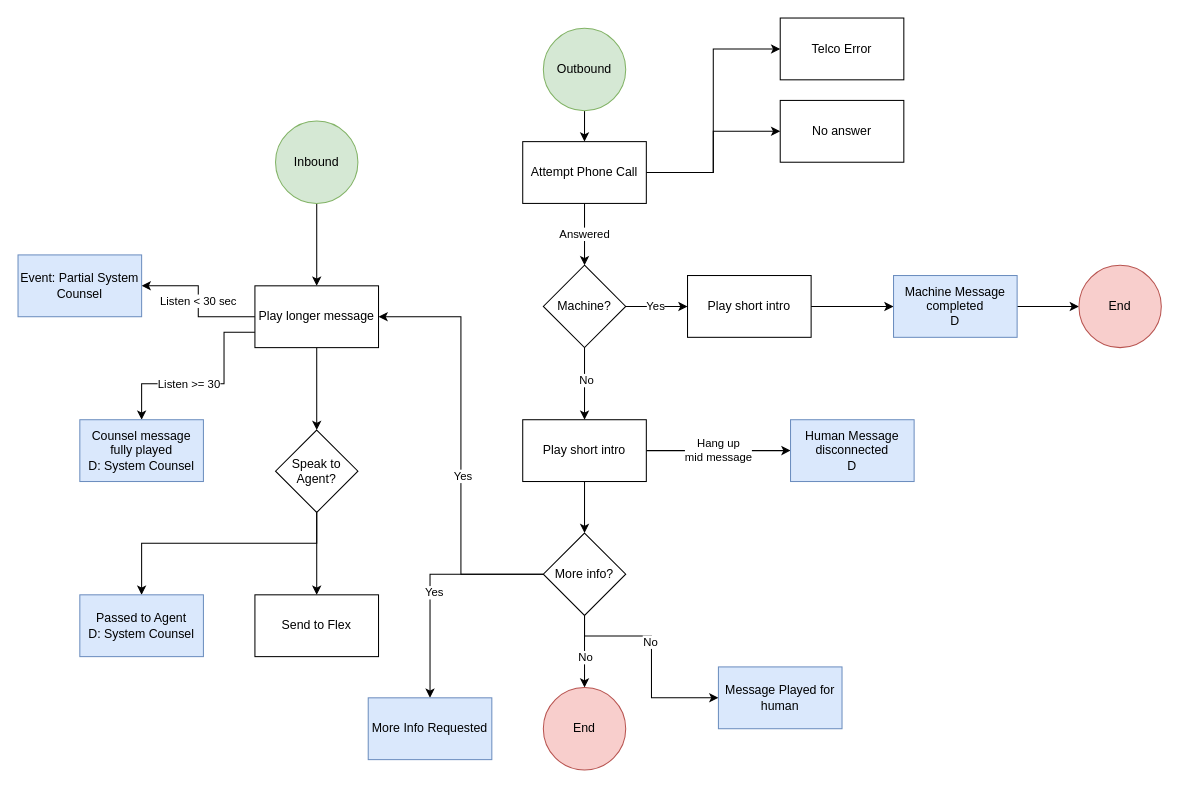
mfoulk/diagrams keeps this draw.io diagram as Untitled Diagram.drawio. Above is the earlier version. Source tidied: cells renumbered, new cells numbered last; positions are measured from the earlier drawing's top-left corner, leaving out a move shared by most shapes. Both pictures are drawn from the tidied source at 103%, with x=0, y=0 at pixel (18, 18).
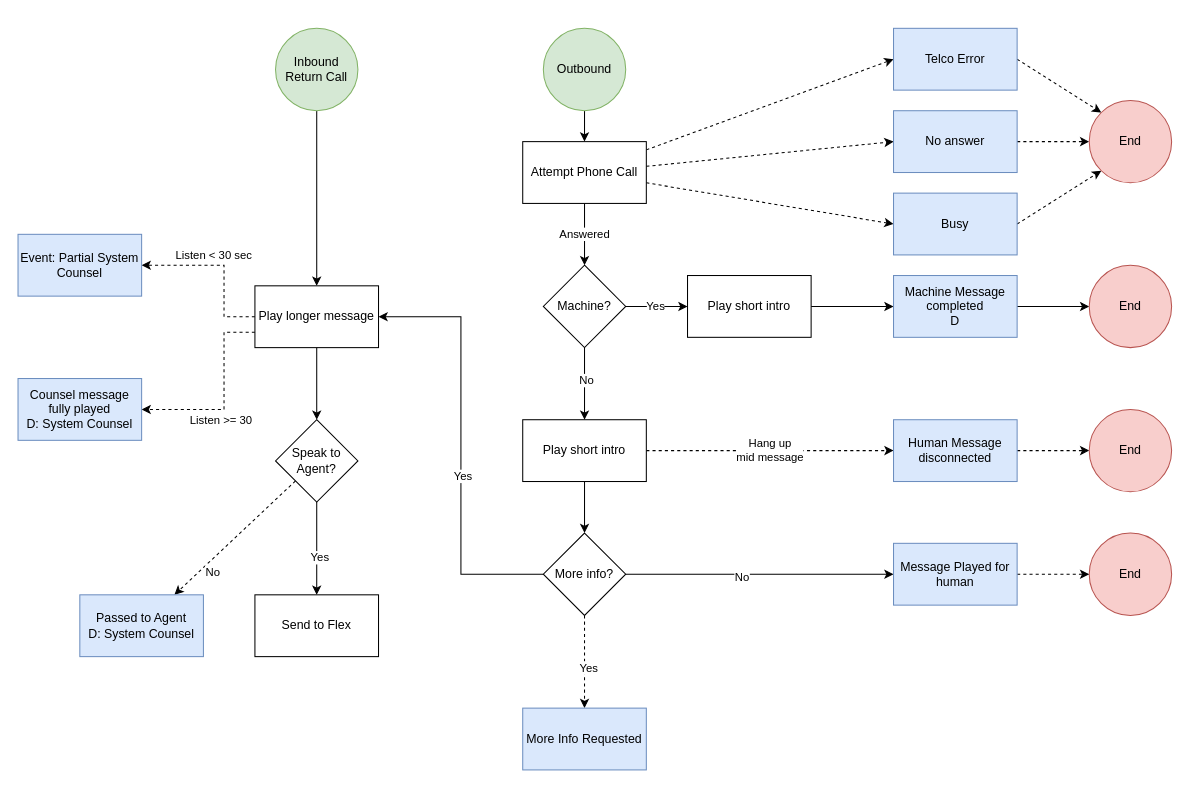
The same diagram, later.

Unchanged cells that the change refers to:
```xml
<mxCell id="10" value="Play short intro" style="rounded=0;whiteSpace=wrap;html=1;" parent="1" vertex="1">
  <mxGeometry x="490" y="390" width="120" height="60" as="geometry" />
</mxCell>
<mxCell id="20" value="Play longer message" style="rounded=0;whiteSpace=wrap;html=1;" parent="1" vertex="1">
  <mxGeometry x="230" y="260" width="120" height="60" as="geometry" />
</mxCell>
<mxCell id="29" value="More info?" style="rhombus;whiteSpace=wrap;html=1;" parent="1" vertex="1">
  <mxGeometry x="510" y="500" width="80" height="80" as="geometry" />
</mxCell>
<mxCell id="30" style="edgeStyle=orthogonalEdgeStyle;rounded=0;jettySize=auto;html=1;entryX=0.5;entryY=0;entryDx=0;entryDy=0;" parent="1" edge="1" source="32" target="33">
  <mxGeometry relative="1" as="geometry" />
</mxCell>
<mxCell id="43" value="Passed to Agent&lt;br&gt;D:&amp;nbsp;System Counsel" style="whiteSpace=wrap;html=1;rounded=0;fillColor=#dae8fc;strokeColor=#6c8ebf;" parent="1" vertex="1">
  <mxGeometry x="60" y="560" width="120" height="60" as="geometry" />
</mxCell>
<mxCell id="47" value="Attempt Phone Call" style="rounded=0;whiteSpace=wrap;html=1;" parent="1" vertex="1">
  <mxGeometry x="490" y="120" width="120" height="60" as="geometry" />
</mxCell>
```

The edit, as a diff of the source:
```diff
@@
-    <mxCell id="5" value="Inbound" style="ellipse;whiteSpace=wrap;html=1;fillColor=#d5e8d4;strokeColor=#82b366;" parent="1" vertex="1">
-      <mxGeometry x="250" y="100" width="80" height="80" as="geometry" />
+    <mxCell id="5" value="Inbound&lt;br&gt;Return Call" style="ellipse;whiteSpace=wrap;html=1;fillColor=#d5e8d4;strokeColor=#82b366;" parent="1" vertex="1">
+      <mxGeometry x="250" y="10" width="80" height="80" as="geometry" />
     </mxCell>
@@
-    <mxCell id="7" value="Hang up &lt;br&gt;mid message" style="edgeStyle=orthogonalEdgeStyle;rounded=0;jettySize=auto;html=1;" parent="1" edge="1" source="10" target="38">
+    <mxCell id="7" value="Hang up &lt;br&gt;mid message" style="edgeStyle=orthogonalEdgeStyle;rounded=0;jettySize=auto;html=1;dashed=1;" parent="1" edge="1" source="10" target="38">
       <mxGeometry relative="1" as="geometry" />
     </mxCell>
-    <mxCell id="8" style="edgeStyle=orthogonalEdgeStyle;rounded=0;jettySize=auto;html=1;entryX=0;entryY=0.5;entryDx=0;entryDy=0;" parent="1" edge="1" target="39">
+    <mxCell id="8" style="edgeStyle=orthogonalEdgeStyle;rounded=0;jettySize=auto;html=1;entryX=0;entryY=0.5;entryDx=0;entryDy=0;exitX=1;exitY=0.5;exitDx=0;exitDy=0;" parent="1" edge="1" source="29" target="39">
       <mxGeometry relative="1" as="geometry">
-        <mxPoint x="550" y="580" as="sourcePoint" />
         <Array as="points">
-          <mxPoint x="550" y="600" />
-          <mxPoint x="615" y="600" />
-          <mxPoint x="615" y="660" />
+          <mxPoint x="600" y="540" />
+          <mxPoint x="600" y="540" />
         </Array>
       </mxGeometry>
     </mxCell>
@@
-    <mxCell id="17" style="edgeStyle=orthogonalEdgeStyle;rounded=0;jettySize=auto;html=1;exitX=0;exitY=0.75;exitDx=0;exitDy=0;entryX=0.5;entryY=0;entryDx=0;entryDy=0;" parent="1" edge="1" source="20" target="41">
+    <mxCell id="17" style="edgeStyle=orthogonalEdgeStyle;rounded=0;jettySize=auto;html=1;exitX=0;exitY=0.75;exitDx=0;exitDy=0;entryX=1;entryY=0.5;entryDx=0;entryDy=0;dashed=1;" parent="1" edge="1" source="20" target="41">
       <mxGeometry relative="1" as="geometry">
         <Array as="points">
           <mxPoint x="200" y="305" />
-          <mxPoint x="200" y="355" />
-          <mxPoint x="120" y="355" />
+          <mxPoint x="200" y="380" />
         </Array>
       </mxGeometry>
     </mxCell>
     <mxCell id="18" value="Listen &amp;gt;= 30" style="edgeLabel;html=1;align=center;verticalAlign=middle;" parent="17" vertex="1">
-      <mxGeometry x="0.18" relative="1" as="geometry" />
+      <mxGeometry x="0.18" relative="1" as="geometry">
+        <mxPoint y="10" as="offset" />
+      </mxGeometry>
     </mxCell>
-    <mxCell id="19" value="Listen &amp;lt; 30 sec" style="edgeStyle=orthogonalEdgeStyle;rounded=0;jettySize=auto;html=1;" parent="1" edge="1" source="20" target="42">
-      <mxGeometry relative="1" as="geometry" />
+    <mxCell id="19" value="Listen &amp;lt; 30 sec" style="edgeStyle=orthogonalEdgeStyle;rounded=0;jettySize=auto;html=1;dashed=1;" parent="1" edge="1" source="20" target="42">
+      <mxGeometry x="0.12" y="-10" relative="1" as="geometry">
+        <Array as="points">
+          <mxPoint x="200" y="290" />
+          <mxPoint x="200" y="240" />
+        </Array>
+      </mxGeometry>
     </mxCell>
@@
-    <mxCell id="25" style="edgeStyle=orthogonalEdgeStyle;rounded=0;jettySize=auto;html=1;" parent="1" edge="1" source="29" target="34">
-      <mxGeometry relative="1" as="geometry" />
-    </mxCell>
-    <mxCell id="26" value="No" style="edgeLabel;html=1;align=center;verticalAlign=middle;" parent="25" vertex="1">
-      <mxGeometry x="0.14" relative="1" as="geometry" />
-    </mxCell>
-    <mxCell id="27" style="edgeStyle=orthogonalEdgeStyle;rounded=0;jettySize=auto;html=1;entryX=0.5;entryY=0;entryDx=0;entryDy=0;" parent="1" edge="1" source="29" target="40">
+    <mxCell id="27" style="rounded=0;jettySize=auto;html=1;entryX=0.5;entryY=0;entryDx=0;entryDy=0;dashed=1;exitX=0.5;exitY=1;exitDx=0;exitDy=0;" parent="1" edge="1" source="29" target="40">
       <mxGeometry relative="1" as="geometry" />
     </mxCell>
@@
+    <mxCell id="50" value="Yes" style="edgeLabel;html=1;align=center;verticalAlign=middle;" parent="30" vertex="1">
+      <mxGeometry x="0.17" y="2" relative="1" as="geometry" />
+    </mxCell>
-    <mxCell id="31" style="edgeStyle=orthogonalEdgeStyle;rounded=0;jettySize=auto;html=1;" parent="1" edge="1" source="32" target="43">
-      <mxGeometry relative="1" as="geometry">
-        <Array as="points">
-          <mxPoint x="290" y="510" />
-          <mxPoint x="120" y="510" />
-        </Array>
-      </mxGeometry>
+    <mxCell id="31" style="rounded=0;jettySize=auto;html=1;dashed=1;" parent="1" edge="1" source="32" target="43">
+      <mxGeometry relative="1" as="geometry" />
     </mxCell>
+    <mxCell id="26" value="No" style="edgeLabel;html=1;align=center;verticalAlign=middle;" parent="31" vertex="1">
+      <mxGeometry x="0.22" y="-2" relative="1" as="geometry">
+        <mxPoint x="-8" y="22" as="offset" />
+      </mxGeometry>
+    </mxCell>
     <mxCell id="32" value="Speak to Agent?" style="rhombus;whiteSpace=wrap;html=1;" parent="1" vertex="1">
-      <mxGeometry x="250" y="400" width="80" height="80" as="geometry" />
+      <mxGeometry x="250" y="390" width="80" height="80" as="geometry" />
     </mxCell>
@@
     <mxCell id="34" value="End" style="ellipse;whiteSpace=wrap;html=1;fillColor=#f8cecc;strokeColor=#b85450;" parent="1" vertex="1">
-      <mxGeometry x="510" y="650" width="80" height="80" as="geometry" />
+      <mxGeometry x="1040" y="500" width="80" height="80" as="geometry" />
     </mxCell>
@@
     <mxCell id="37" value="End" style="ellipse;whiteSpace=wrap;html=1;fillColor=#f8cecc;strokeColor=#b85450;" parent="1" vertex="1">
-      <mxGeometry x="1030" y="240" width="80" height="80" as="geometry" />
+      <mxGeometry x="1040" y="240" width="80" height="80" as="geometry" />
     </mxCell>
+    <mxCell id="51" style="edgeStyle=none;rounded=0;jettySize=auto;html=1;dashed=1;" parent="1" edge="1" source="38" target="59">
+      <mxGeometry relative="1" as="geometry" />
+    </mxCell>
-    <mxCell id="38" value="Human Message disconnected&lt;br&gt;D" style="whiteSpace=wrap;html=1;rounded=0;fillColor=#dae8fc;strokeColor=#6c8ebf;" parent="1" vertex="1">
-      <mxGeometry x="750" y="390" width="120" height="60" as="geometry" />
+    <mxCell id="38" value="Human Message disconnected" style="whiteSpace=wrap;html=1;rounded=0;fillColor=#dae8fc;strokeColor=#6c8ebf;" parent="1" vertex="1">
+      <mxGeometry x="850" y="390" width="120" height="60" as="geometry" />
     </mxCell>
+    <mxCell id="52" style="edgeStyle=none;rounded=0;jettySize=auto;html=1;entryX=0;entryY=0.5;entryDx=0;entryDy=0;dashed=1;" parent="1" edge="1" source="39" target="34">
+      <mxGeometry relative="1" as="geometry" />
+    </mxCell>
     <mxCell id="39" value="Message Played for human" style="whiteSpace=wrap;html=1;rounded=0;fillColor=#dae8fc;strokeColor=#6c8ebf;" parent="1" vertex="1">
-      <mxGeometry x="680" y="630" width="120" height="60" as="geometry" />
+      <mxGeometry x="850" y="510" width="120" height="60" as="geometry" />
     </mxCell>
     <mxCell id="40" value="More Info Requested" style="whiteSpace=wrap;html=1;rounded=0;fillColor=#dae8fc;strokeColor=#6c8ebf;" parent="1" vertex="1">
-      <mxGeometry x="340" y="660" width="120" height="60" as="geometry" />
+      <mxGeometry x="490" y="670" width="120" height="60" as="geometry" />
     </mxCell>
     <mxCell id="41" value="Counsel message fully played&lt;br&gt;D:&amp;nbsp;System Counsel" style="whiteSpace=wrap;html=1;rounded=0;fillColor=#dae8fc;strokeColor=#6c8ebf;" parent="1" vertex="1">
-      <mxGeometry x="60" y="390" width="120" height="60" as="geometry" />
+      <mxGeometry y="350" width="120" height="60" as="geometry" />
     </mxCell>
     <mxCell id="42" value="Event: Partial System Counsel" style="whiteSpace=wrap;html=1;rounded=0;fillColor=#dae8fc;strokeColor=#6c8ebf;" parent="1" vertex="1">
-      <mxGeometry y="230" width="120" height="60" as="geometry" />
+      <mxGeometry y="210" width="120" height="60" as="geometry" />
     </mxCell>
@@
-    <mxCell id="45" style="edgeStyle=orthogonalEdgeStyle;rounded=0;jettySize=auto;html=1;" parent="1" edge="1" source="47" target="48">
+    <mxCell id="45" style="rounded=0;jettySize=auto;html=1;entryX=0;entryY=0.5;entryDx=0;entryDy=0;dashed=1;" parent="1" edge="1" source="47" target="48">
       <mxGeometry relative="1" as="geometry" />
     </mxCell>
-    <mxCell id="46" style="edgeStyle=orthogonalEdgeStyle;rounded=0;jettySize=auto;html=1;entryX=0;entryY=0.5;entryDx=0;entryDy=0;" parent="1" edge="1" source="47" target="49">
+    <mxCell id="46" style="rounded=0;jettySize=auto;html=1;entryX=0;entryY=0.5;entryDx=0;entryDy=0;dashed=1;" parent="1" edge="1" source="47" target="49">
       <mxGeometry relative="1" as="geometry" />
     </mxCell>
+    <mxCell id="53" style="edgeStyle=none;rounded=0;jettySize=auto;html=1;entryX=0;entryY=0.5;entryDx=0;entryDy=0;dashed=1;" parent="1" edge="1" source="47" target="57">
+      <mxGeometry relative="1" as="geometry" />
+    </mxCell>
@@
+    <mxCell id="54" style="edgeStyle=none;rounded=0;jettySize=auto;html=1;entryX=0;entryY=0.5;entryDx=0;entryDy=0;dashed=1;" parent="1" edge="1" source="48" target="58">
+      <mxGeometry relative="1" as="geometry" />
+    </mxCell>
-    <mxCell id="48" value="No answer" style="whiteSpace=wrap;html=1;rounded=0;" parent="1" vertex="1">
-      <mxGeometry x="740" y="80" width="120" height="60" as="geometry" />
+    <mxCell id="48" value="No answer" style="whiteSpace=wrap;html=1;rounded=0;fillColor=#dae8fc;strokeColor=#6c8ebf;" parent="1" vertex="1">
+      <mxGeometry x="850" y="90" width="120" height="60" as="geometry" />
     </mxCell>
+    <mxCell id="55" style="edgeStyle=none;rounded=0;jettySize=auto;html=1;dashed=1;entryX=0;entryY=0;entryDx=0;entryDy=0;exitX=1;exitY=0.5;exitDx=0;exitDy=0;" parent="1" edge="1" source="49" target="58">
+      <mxGeometry relative="1" as="geometry" />
+    </mxCell>
-    <mxCell id="49" value="Telco Error" style="whiteSpace=wrap;html=1;rounded=0;" parent="1" vertex="1">
-      <mxGeometry x="740" width="120" height="60" as="geometry" />
+    <mxCell id="49" value="Telco Error" style="whiteSpace=wrap;html=1;rounded=0;fillColor=#dae8fc;strokeColor=#6c8ebf;" parent="1" vertex="1">
+      <mxGeometry x="850" y="10" width="120" height="60" as="geometry" />
     </mxCell>
+    <mxCell id="56" style="edgeStyle=none;rounded=0;jettySize=auto;html=1;entryX=0;entryY=1;entryDx=0;entryDy=0;dashed=1;exitX=1;exitY=0.5;exitDx=0;exitDy=0;" parent="1" edge="1" source="57" target="58">
+      <mxGeometry relative="1" as="geometry" />
+    </mxCell>
+    <mxCell id="57" value="Busy" style="whiteSpace=wrap;html=1;rounded=0;fillColor=#dae8fc;strokeColor=#6c8ebf;" parent="1" vertex="1">
+      <mxGeometry x="850" y="170" width="120" height="60" as="geometry" />
+    </mxCell>
+    <mxCell id="58" value="End" style="ellipse;whiteSpace=wrap;html=1;fillColor=#f8cecc;strokeColor=#b85450;" parent="1" vertex="1">
+      <mxGeometry x="1040" y="80" width="80" height="80" as="geometry" />
+    </mxCell>
+    <mxCell id="59" value="End" style="ellipse;whiteSpace=wrap;html=1;fillColor=#f8cecc;strokeColor=#b85450;" parent="1" vertex="1">
+      <mxGeometry x="1040" y="380" width="80" height="80" as="geometry" />
+    </mxCell>
```
